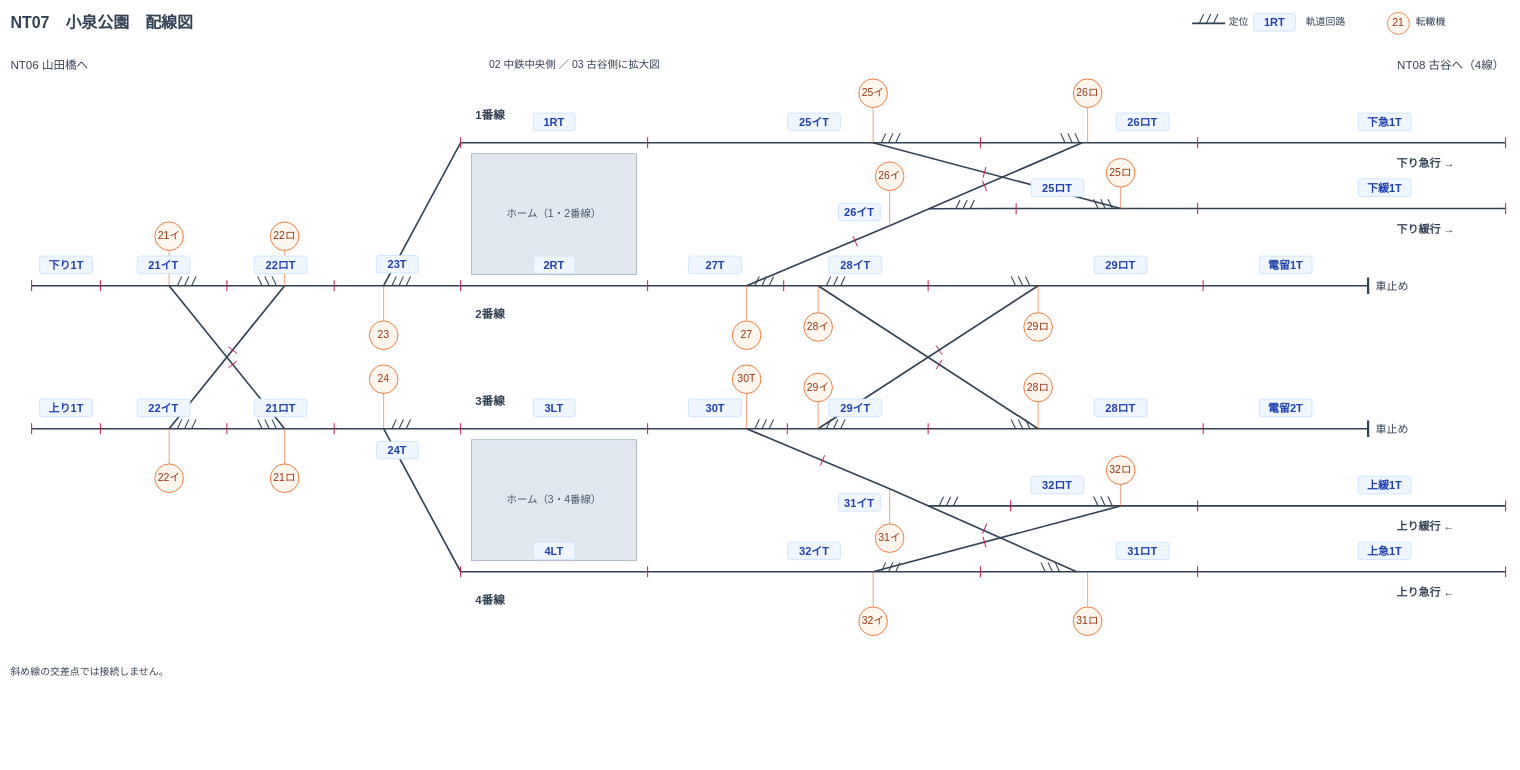
The draw.io diagram page "01 全体" (1 of 3) of Documentation/Track/NtLine/Wiring/Stations/NT07配線図.drawio in neko3141592/Nakatetsu, before the edit. Source tidied: cells renumbered, new cells numbered last; positions are measured from the earlier drawing's top-left corner, leaving out a move shared by most shapes. Both pictures are drawn from the tidied source at 55%, with x=0, y=0 at pixel (9, 9).
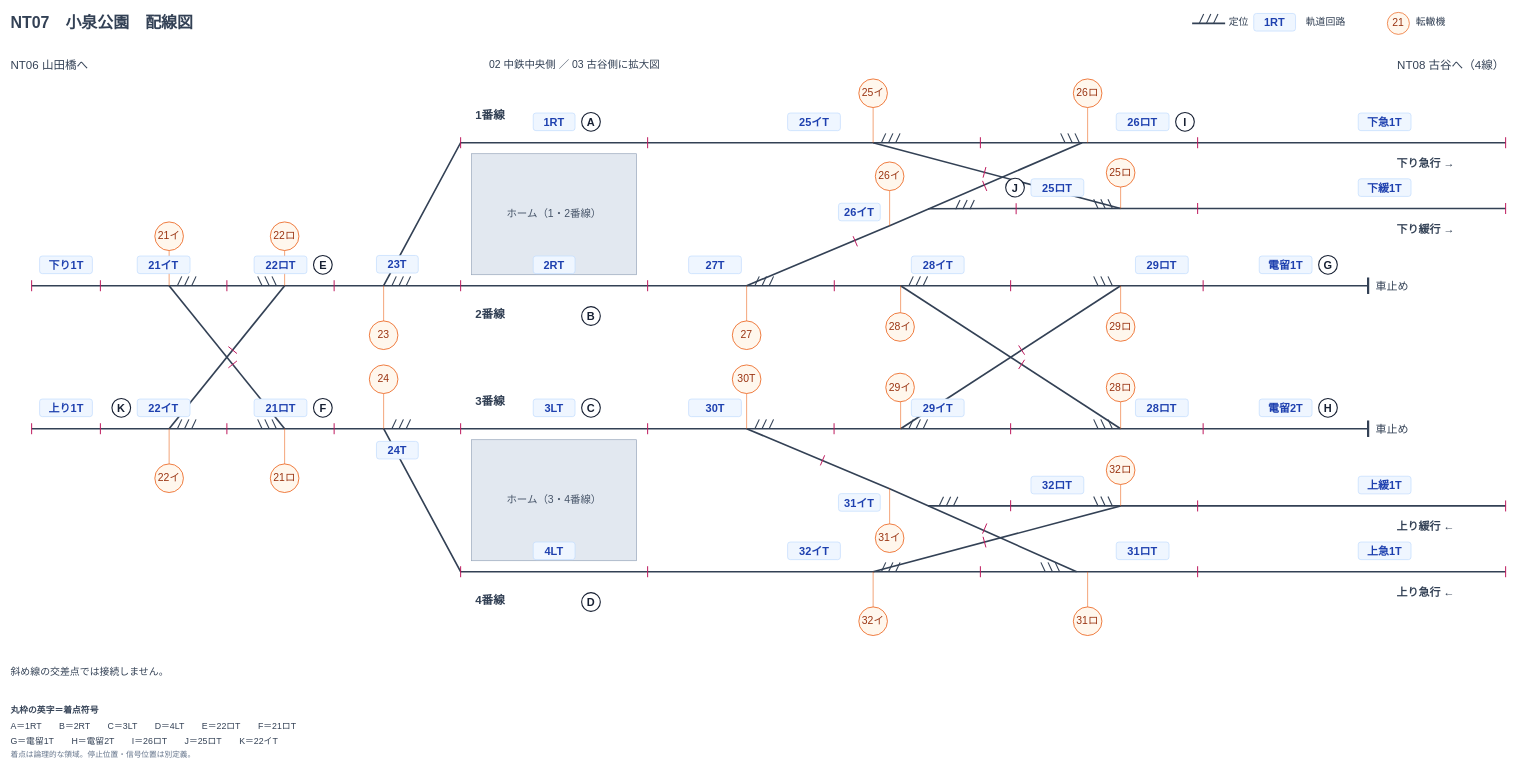
After the change.

Diff of the diagram source:
```diff
@@
     <mxCell id="92" style="edgeStyle=none;rounded=0;html=0;startArrow=none;endArrow=none;strokeColor=#334155;strokeWidth=3;" parent="1" edge="1">
       <mxGeometry relative="1" as="geometry">
-        <mxPoint x="1470" y="502" as="sourcePoint" />
-        <mxPoint x="1870" y="762" as="targetPoint" />
+        <mxPoint x="1620" y="502" as="sourcePoint" />
+        <mxPoint x="2020" y="762" as="targetPoint" />
       </mxGeometry>
     </mxCell>
     <mxCell id="93" style="edgeStyle=none;rounded=0;html=0;startArrow=none;endArrow=none;strokeColor=#334155;strokeWidth=3;" parent="1" edge="1">
       <mxGeometry relative="1" as="geometry">
-        <mxPoint x="1470" y="762" as="sourcePoint" />
-        <mxPoint x="1870" y="502" as="targetPoint" />
+        <mxPoint x="1620" y="762" as="sourcePoint" />
+        <mxPoint x="2020" y="502" as="targetPoint" />
       </mxGeometry>
     </mxCell>
@@
     <mxCell id="138" style="edgeStyle=none;rounded=0;html=0;startArrow=none;endArrow=none;strokeColor=#334155;strokeWidth=2;" parent="1" edge="1">
       <mxGeometry relative="1" as="geometry">
-        <mxPoint x="1485" y="502" as="sourcePoint" />
-        <mxPoint x="1493" y="485" as="targetPoint" />
+        <mxPoint x="1635" y="502" as="sourcePoint" />
+        <mxPoint x="1643" y="485" as="targetPoint" />
       </mxGeometry>
     </mxCell>
     <mxCell id="139" style="edgeStyle=none;rounded=0;html=0;startArrow=none;endArrow=none;strokeColor=#334155;strokeWidth=2;" parent="1" edge="1">
       <mxGeometry relative="1" as="geometry">
-        <mxPoint x="1498" y="502" as="sourcePoint" />
-        <mxPoint x="1506" y="485" as="targetPoint" />
+        <mxPoint x="1648" y="502" as="sourcePoint" />
+        <mxPoint x="1656" y="485" as="targetPoint" />
       </mxGeometry>
     </mxCell>
     <mxCell id="140" style="edgeStyle=none;rounded=0;html=0;startArrow=none;endArrow=none;strokeColor=#334155;strokeWidth=2;" parent="1" edge="1">
       <mxGeometry relative="1" as="geometry">
-        <mxPoint x="1511" y="502" as="sourcePoint" />
-        <mxPoint x="1519" y="485" as="targetPoint" />
+        <mxPoint x="1661" y="502" as="sourcePoint" />
+        <mxPoint x="1669" y="485" as="targetPoint" />
       </mxGeometry>
     </mxCell>
     <mxCell id="141" style="edgeStyle=none;rounded=0;html=0;startArrow=none;endArrow=none;strokeColor=#ea580c;strokeWidth=1;" parent="1" edge="1">
       <mxGeometry relative="1" as="geometry">
-        <mxPoint x="1470" y="502" as="sourcePoint" />
-        <mxPoint x="1470" y="551" as="targetPoint" />
+        <mxPoint x="1620" y="502" as="sourcePoint" />
+        <mxPoint x="1620" y="551" as="targetPoint" />
       </mxGeometry>
     </mxCell>
     <mxCell id="142" value="28イ" style="ellipse;html=0;whiteSpace=wrap;fillColor=#fff7ed;strokeColor=#ea580c;strokeWidth=1.4;fontFamily=Hiragino Sans;fontSize=19;fontColor=#9a3412;" parent="1" vertex="1">
-      <mxGeometry x="1444" y="551" width="52" height="52" as="geometry" />
+      <mxGeometry x="1593" y="551" width="52" height="52" as="geometry" />
     </mxCell>
     <mxCell id="143" style="edgeStyle=none;rounded=0;html=0;startArrow=none;endArrow=none;strokeColor=#334155;strokeWidth=2;" parent="1" edge="1">
       <mxGeometry relative="1" as="geometry">
-        <mxPoint x="1855" y="502" as="sourcePoint" />
-        <mxPoint x="1847" y="485" as="targetPoint" />
+        <mxPoint x="2005" y="502" as="sourcePoint" />
+        <mxPoint x="1997" y="485" as="targetPoint" />
       </mxGeometry>
     </mxCell>
     <mxCell id="144" style="edgeStyle=none;rounded=0;html=0;startArrow=none;endArrow=none;strokeColor=#334155;strokeWidth=2;" parent="1" edge="1">
       <mxGeometry relative="1" as="geometry">
-        <mxPoint x="1842" y="502" as="sourcePoint" />
-        <mxPoint x="1834" y="485" as="targetPoint" />
+        <mxPoint x="1992" y="502" as="sourcePoint" />
+        <mxPoint x="1984" y="485" as="targetPoint" />
       </mxGeometry>
     </mxCell>
     <mxCell id="145" style="edgeStyle=none;rounded=0;html=0;startArrow=none;endArrow=none;strokeColor=#334155;strokeWidth=2;" parent="1" edge="1">
       <mxGeometry relative="1" as="geometry">
-        <mxPoint x="1829" y="502" as="sourcePoint" />
-        <mxPoint x="1821" y="485" as="targetPoint" />
+        <mxPoint x="1979" y="502" as="sourcePoint" />
+        <mxPoint x="1971" y="485" as="targetPoint" />
       </mxGeometry>
     </mxCell>
     <mxCell id="146" style="edgeStyle=none;rounded=0;html=0;startArrow=none;endArrow=none;strokeColor=#ea580c;strokeWidth=1;" parent="1" edge="1">
       <mxGeometry relative="1" as="geometry">
-        <mxPoint x="1870" y="502" as="sourcePoint" />
-        <mxPoint x="1870" y="551" as="targetPoint" />
+        <mxPoint x="2020" y="502" as="sourcePoint" />
+        <mxPoint x="2020" y="551" as="targetPoint" />
       </mxGeometry>
     </mxCell>
     <mxCell id="147" value="29ロ" style="ellipse;html=0;whiteSpace=wrap;fillColor=#fff7ed;strokeColor=#ea580c;strokeWidth=1.4;fontFamily=Hiragino Sans;fontSize=19;fontColor=#9a3412;" parent="1" vertex="1">
-      <mxGeometry x="1844" y="551" width="52" height="52" as="geometry" />
+      <mxGeometry x="1994" y="551" width="52" height="52" as="geometry" />
     </mxCell>
     <mxCell id="148" style="edgeStyle=none;rounded=0;html=0;startArrow=none;endArrow=none;strokeColor=#334155;strokeWidth=2;" parent="1" edge="1">
       <mxGeometry relative="1" as="geometry">
-        <mxPoint x="1485" y="762" as="sourcePoint" />
-        <mxPoint x="1493" y="745" as="targetPoint" />
+        <mxPoint x="1635" y="762" as="sourcePoint" />
+        <mxPoint x="1643" y="745" as="targetPoint" />
       </mxGeometry>
     </mxCell>
     <mxCell id="149" style="edgeStyle=none;rounded=0;html=0;startArrow=none;endArrow=none;strokeColor=#334155;strokeWidth=2;" parent="1" edge="1">
       <mxGeometry relative="1" as="geometry">
-        <mxPoint x="1498" y="762" as="sourcePoint" />
-        <mxPoint x="1506" y="745" as="targetPoint" />
+        <mxPoint x="1648" y="762" as="sourcePoint" />
+        <mxPoint x="1656" y="745" as="targetPoint" />
       </mxGeometry>
     </mxCell>
     <mxCell id="150" style="edgeStyle=none;rounded=0;html=0;startArrow=none;endArrow=none;strokeColor=#334155;strokeWidth=2;" parent="1" edge="1">
       <mxGeometry relative="1" as="geometry">
-        <mxPoint x="1511" y="762" as="sourcePoint" />
-        <mxPoint x="1519" y="745" as="targetPoint" />
+        <mxPoint x="1661" y="762" as="sourcePoint" />
+        <mxPoint x="1669" y="745" as="targetPoint" />
       </mxGeometry>
     </mxCell>
     <mxCell id="151" style="edgeStyle=none;rounded=0;html=0;startArrow=none;endArrow=none;strokeColor=#ea580c;strokeWidth=1;" parent="1" edge="1">
       <mxGeometry relative="1" as="geometry">
-        <mxPoint x="1470" y="762" as="sourcePoint" />
-        <mxPoint x="1470" y="713" as="targetPoint" />
+        <mxPoint x="1620" y="762" as="sourcePoint" />
+        <mxPoint x="1620" y="713" as="targetPoint" />
       </mxGeometry>
     </mxCell>
     <mxCell id="152" value="29イ" style="ellipse;html=0;whiteSpace=wrap;fillColor=#fff7ed;strokeColor=#ea580c;strokeWidth=1.4;fontFamily=Hiragino Sans;fontSize=19;fontColor=#9a3412;" parent="1" vertex="1">
-      <mxGeometry x="1444" y="661" width="52" height="52" as="geometry" />
+      <mxGeometry x="1593" y="661" width="52" height="52" as="geometry" />
     </mxCell>
     <mxCell id="153" style="edgeStyle=none;rounded=0;html=0;startArrow=none;endArrow=none;strokeColor=#334155;strokeWidth=2;" parent="1" edge="1">
       <mxGeometry relative="1" as="geometry">
-        <mxPoint x="1855" y="762" as="sourcePoint" />
-        <mxPoint x="1847" y="745" as="targetPoint" />
+        <mxPoint x="2005" y="762" as="sourcePoint" />
+        <mxPoint x="1997" y="745" as="targetPoint" />
       </mxGeometry>
     </mxCell>
     <mxCell id="154" style="edgeStyle=none;rounded=0;html=0;startArrow=none;endArrow=none;strokeColor=#334155;strokeWidth=2;" parent="1" edge="1">
       <mxGeometry relative="1" as="geometry">
-        <mxPoint x="1842" y="762" as="sourcePoint" />
-        <mxPoint x="1834" y="745" as="targetPoint" />
+        <mxPoint x="1992" y="762" as="sourcePoint" />
+        <mxPoint x="1984" y="745" as="targetPoint" />
       </mxGeometry>
     </mxCell>
     <mxCell id="155" style="edgeStyle=none;rounded=0;html=0;startArrow=none;endArrow=none;strokeColor=#334155;strokeWidth=2;" parent="1" edge="1">
       <mxGeometry relative="1" as="geometry">
-        <mxPoint x="1829" y="762" as="sourcePoint" />
-        <mxPoint x="1821" y="745" as="targetPoint" />
+        <mxPoint x="1979" y="762" as="sourcePoint" />
+        <mxPoint x="1971" y="745" as="targetPoint" />
       </mxGeometry>
     </mxCell>
     <mxCell id="156" style="edgeStyle=none;rounded=0;html=0;startArrow=none;endArrow=none;strokeColor=#ea580c;strokeWidth=1;" parent="1" edge="1">
       <mxGeometry relative="1" as="geometry">
-        <mxPoint x="1870" y="762" as="sourcePoint" />
-        <mxPoint x="1870" y="713" as="targetPoint" />
+        <mxPoint x="2020" y="762" as="sourcePoint" />
+        <mxPoint x="2020" y="713" as="targetPoint" />
       </mxGeometry>
     </mxCell>
     <mxCell id="157" value="28ロ" style="ellipse;html=0;whiteSpace=wrap;fillColor=#fff7ed;strokeColor=#ea580c;strokeWidth=1.4;fontFamily=Hiragino Sans;fontSize=19;fontColor=#9a3412;" parent="1" vertex="1">
-      <mxGeometry x="1844" y="661" width="52" height="52" as="geometry" />
+      <mxGeometry x="1994" y="661" width="52" height="52" as="geometry" />
     </mxCell>
@@
     <mxCell id="171" style="edgeStyle=none;rounded=0;html=0;startArrow=none;endArrow=none;strokeColor=#be185d;strokeWidth=1.8;" parent="1" edge="1">
       <mxGeometry relative="1" as="geometry">
-        <mxPoint x="1407.4" y="492" as="sourcePoint" />
-        <mxPoint x="1407.4" y="512" as="targetPoint" />
+        <mxPoint x="1499.4" y="492" as="sourcePoint" />
+        <mxPoint x="1499.4" y="512" as="targetPoint" />
       </mxGeometry>
     </mxCell>
     <mxCell id="172" style="edgeStyle=none;rounded=0;html=0;startArrow=none;endArrow=none;strokeColor=#be185d;strokeWidth=1.8;" parent="1" edge="1">
       <mxGeometry relative="1" as="geometry">
-        <mxPoint x="1670" y="492" as="sourcePoint" />
-        <mxPoint x="1670" y="512" as="targetPoint" />
+        <mxPoint x="1820" y="492" as="sourcePoint" />
+        <mxPoint x="1820" y="512" as="targetPoint" />
       </mxGeometry>
     </mxCell>
@@
     <mxCell id="175" style="edgeStyle=none;rounded=0;html=0;startArrow=none;endArrow=none;strokeColor=#be185d;strokeWidth=1.8;" parent="1" edge="1">
       <mxGeometry relative="1" as="geometry">
-        <mxPoint x="1414" y="752" as="sourcePoint" />
-        <mxPoint x="1414" y="772" as="targetPoint" />
+        <mxPoint x="1499" y="752" as="sourcePoint" />
+        <mxPoint x="1499" y="772" as="targetPoint" />
       </mxGeometry>
     </mxCell>
     <mxCell id="176" style="edgeStyle=none;rounded=0;html=0;startArrow=none;endArrow=none;strokeColor=#be185d;strokeWidth=1.8;" parent="1" edge="1">
       <mxGeometry relative="1" as="geometry">
-        <mxPoint x="1670" y="752" as="sourcePoint" />
-        <mxPoint x="1670" y="772" as="targetPoint" />
+        <mxPoint x="1820" y="752" as="sourcePoint" />
+        <mxPoint x="1820" y="772" as="targetPoint" />
       </mxGeometry>
     </mxCell>
@@
     <mxCell id="184" style="edgeStyle=none;rounded=0;html=0;startArrow=none;endArrow=none;strokeColor=#be185d;strokeWidth=1.8;" parent="1" edge="1">
       <mxGeometry relative="1" as="geometry">
-        <mxPoint x="1684.6" y="653.4" as="sourcePoint" />
-        <mxPoint x="1695.4" y="636.6" as="targetPoint" />
+        <mxPoint x="1834.6" y="653.4" as="sourcePoint" />
+        <mxPoint x="1845.4" y="636.6" as="targetPoint" />
       </mxGeometry>
     </mxCell>
     <mxCell id="185" style="edgeStyle=none;rounded=0;html=0;startArrow=none;endArrow=none;strokeColor=#be185d;strokeWidth=1.8;" parent="1" edge="1">
       <mxGeometry relative="1" as="geometry">
-        <mxPoint x="1695.4" y="627.4" as="sourcePoint" />
-        <mxPoint x="1684.6" y="610.6" as="targetPoint" />
+        <mxPoint x="1845.4" y="627.4" as="sourcePoint" />
+        <mxPoint x="1834.6" y="610.6" as="targetPoint" />
       </mxGeometry>
     </mxCell>
@@
     <mxCell id="196" value="28イT" style="rounded=0;html=0;whiteSpace=wrap;fillColor=#e2e8f0;strokeColor=#94a3b8;strokeWidth=1.2;fontFamily=Hiragino Sans;fontSize=19;fontColor=#475569;align=center;verticalAlign=middle;fillColor=#eff6ff;strokeColor=#bfdbfe;rounded=1;fontSize=20;fontColor=#1e40af;fontStyle=1;" parent="1" vertex="1">
-      <mxGeometry x="1489.5" y="448" width="96" height="32" as="geometry" />
+      <mxGeometry x="1639.5" y="448" width="96" height="32" as="geometry" />
     </mxCell>
     <mxCell id="197" value="29ロT" style="rounded=0;html=0;whiteSpace=wrap;fillColor=#e2e8f0;strokeColor=#94a3b8;strokeWidth=1.2;fontFamily=Hiragino Sans;fontSize=19;fontColor=#475569;align=center;verticalAlign=middle;fillColor=#eff6ff;strokeColor=#bfdbfe;rounded=1;fontSize=20;fontColor=#1e40af;fontStyle=1;" parent="1" vertex="1">
-      <mxGeometry x="1972" y="448" width="96" height="32" as="geometry" />
+      <mxGeometry x="2047" y="448" width="96" height="32" as="geometry" />
     </mxCell>
     <mxCell id="198" value="29イT" style="rounded=0;html=0;whiteSpace=wrap;fillColor=#e2e8f0;strokeColor=#94a3b8;strokeWidth=1.2;fontFamily=Hiragino Sans;fontSize=19;fontColor=#475569;align=center;verticalAlign=middle;fillColor=#eff6ff;strokeColor=#bfdbfe;rounded=1;fontSize=20;fontColor=#1e40af;fontStyle=1;" parent="1" vertex="1">
-      <mxGeometry x="1489.5" y="708" width="96" height="32" as="geometry" />
+      <mxGeometry x="1639.5" y="708" width="96" height="32" as="geometry" />
     </mxCell>
     <mxCell id="199" value="28ロT" style="rounded=0;html=0;whiteSpace=wrap;fillColor=#e2e8f0;strokeColor=#94a3b8;strokeWidth=1.2;fontFamily=Hiragino Sans;fontSize=19;fontColor=#475569;align=center;verticalAlign=middle;fillColor=#eff6ff;strokeColor=#bfdbfe;rounded=1;fontSize=20;fontColor=#1e40af;fontStyle=1;" parent="1" vertex="1">
-      <mxGeometry x="1972" y="708" width="96" height="32" as="geometry" />
+      <mxGeometry x="2047" y="708" width="96" height="32" as="geometry" />
     </mxCell>
@@
+    <mxCell id="224" value="E" style="ellipse;html=0;whiteSpace=wrap;fillColor=#ffffff;strokeColor=#172033;strokeWidth=2;fontFamily=Hiragino Sans;fontSize=20;fontColor=#172033;fontStyle=1;align=center;verticalAlign=middle;" parent="1" vertex="1">
+      <mxGeometry x="552.5" y="447" width="34" height="34" as="geometry" />
+    </mxCell>
+    <mxCell id="225" value="K" style="ellipse;html=0;whiteSpace=wrap;fillColor=#ffffff;strokeColor=#172033;strokeWidth=2;fontFamily=Hiragino Sans;fontSize=20;fontColor=#172033;fontStyle=1;align=center;verticalAlign=middle;" parent="1" vertex="1">
+      <mxGeometry x="186" y="707" width="34" height="34" as="geometry" />
+    </mxCell>
+    <mxCell id="226" value="F" style="ellipse;html=0;whiteSpace=wrap;fillColor=#ffffff;strokeColor=#172033;strokeWidth=2;fontFamily=Hiragino Sans;fontSize=20;fontColor=#172033;fontStyle=1;align=center;verticalAlign=middle;" parent="1" vertex="1">
+      <mxGeometry x="552.5" y="707" width="34" height="34" as="geometry" />
+    </mxCell>
+    <mxCell id="227" value="A" style="ellipse;html=0;whiteSpace=wrap;fillColor=#ffffff;strokeColor=#172033;strokeWidth=2;fontFamily=Hiragino Sans;fontSize=20;fontColor=#172033;fontStyle=1;align=center;verticalAlign=middle;" parent="1" vertex="1">
+      <mxGeometry x="1040" y="187" width="34" height="34" as="geometry" />
+    </mxCell>
+    <mxCell id="228" value="B" style="ellipse;html=0;whiteSpace=wrap;fillColor=#ffffff;strokeColor=#172033;strokeWidth=2;fontFamily=Hiragino Sans;fontSize=20;fontColor=#172033;fontStyle=1;align=center;verticalAlign=middle;" parent="1" vertex="1">
+      <mxGeometry x="1040" y="540" width="34" height="34" as="geometry" />
+    </mxCell>
+    <mxCell id="229" value="C" style="ellipse;html=0;whiteSpace=wrap;fillColor=#ffffff;strokeColor=#172033;strokeWidth=2;fontFamily=Hiragino Sans;fontSize=20;fontColor=#172033;fontStyle=1;align=center;verticalAlign=middle;" parent="1" vertex="1">
+      <mxGeometry x="1040" y="707" width="34" height="34" as="geometry" />
+    </mxCell>
+    <mxCell id="230" value="D" style="ellipse;html=0;whiteSpace=wrap;fillColor=#ffffff;strokeColor=#172033;strokeWidth=2;fontFamily=Hiragino Sans;fontSize=20;fontColor=#172033;fontStyle=1;align=center;verticalAlign=middle;" parent="1" vertex="1">
+      <mxGeometry x="1040" y="1060" width="34" height="34" as="geometry" />
+    </mxCell>
+    <mxCell id="231" value="I" style="ellipse;html=0;whiteSpace=wrap;fillColor=#ffffff;strokeColor=#172033;strokeWidth=2;fontFamily=Hiragino Sans;fontSize=20;fontColor=#172033;fontStyle=1;align=center;verticalAlign=middle;" parent="1" vertex="1">
+      <mxGeometry x="2120" y="187" width="34" height="34" as="geometry" />
+    </mxCell>
+    <mxCell id="232" value="J" style="ellipse;html=0;whiteSpace=wrap;fillColor=#ffffff;strokeColor=#172033;strokeWidth=2;fontFamily=Hiragino Sans;fontSize=20;fontColor=#172033;fontStyle=1;align=center;verticalAlign=middle;" parent="1" vertex="1">
+      <mxGeometry x="1811" y="306.6" width="34" height="34" as="geometry" />
+    </mxCell>
+    <mxCell id="233" value="G" style="ellipse;html=0;whiteSpace=wrap;fillColor=#ffffff;strokeColor=#172033;strokeWidth=2;fontFamily=Hiragino Sans;fontSize=20;fontColor=#172033;fontStyle=1;align=center;verticalAlign=middle;" parent="1" vertex="1">
+      <mxGeometry x="2380" y="447" width="34" height="34" as="geometry" />
+    </mxCell>
+    <mxCell id="234" value="H" style="ellipse;html=0;whiteSpace=wrap;fillColor=#ffffff;strokeColor=#172033;strokeWidth=2;fontFamily=Hiragino Sans;fontSize=20;fontColor=#172033;fontStyle=1;align=center;verticalAlign=middle;" parent="1" vertex="1">
+      <mxGeometry x="2380" y="707" width="34" height="34" as="geometry" />
+    </mxCell>
+    <mxCell id="235" value="丸枠の英字＝着点符号" style="text;html=0;whiteSpace=wrap;strokeColor=none;fillColor=none;align=left;verticalAlign=middle;fontFamily=Hiragino Sans;fontSize=16;fontColor=#334155;fontStyle=1;" parent="1" vertex="1">
+      <mxGeometry y="1260" width="2730" height="26" as="geometry" />
+    </mxCell>
+    <mxCell id="236" value="A＝1RT　　B＝2RT　　C＝3LT　　D＝4LT　　E＝22ロT　　F＝21ロT" style="text;html=0;whiteSpace=wrap;strokeColor=none;fillColor=none;align=left;verticalAlign=middle;fontFamily=Hiragino Sans;fontSize=16;fontColor=#334155;" parent="1" vertex="1">
+      <mxGeometry y="1290" width="2730" height="26" as="geometry" />
+    </mxCell>
+    <mxCell id="237" value="G＝電留1T　　H＝電留2T　　I＝26ロT　　J＝25ロT　　K＝22イT" style="text;html=0;whiteSpace=wrap;strokeColor=none;fillColor=none;align=left;verticalAlign=middle;fontFamily=Hiragino Sans;fontSize=16;fontColor=#334155;" parent="1" vertex="1">
+      <mxGeometry y="1316" width="2730" height="26" as="geometry" />
+    </mxCell>
+    <mxCell id="238" value="着点は論理的な領域。停止位置・信号位置は別定義。" style="text;html=0;whiteSpace=wrap;strokeColor=none;fillColor=none;align=left;verticalAlign=middle;fontFamily=Hiragino Sans;fontSize=16;fontColor=#334155;fontSize=14;fontColor=#64748b;" parent="1" vertex="1">
+      <mxGeometry y="1342" width="2730" height="24" as="geometry" />
+    </mxCell>
```
